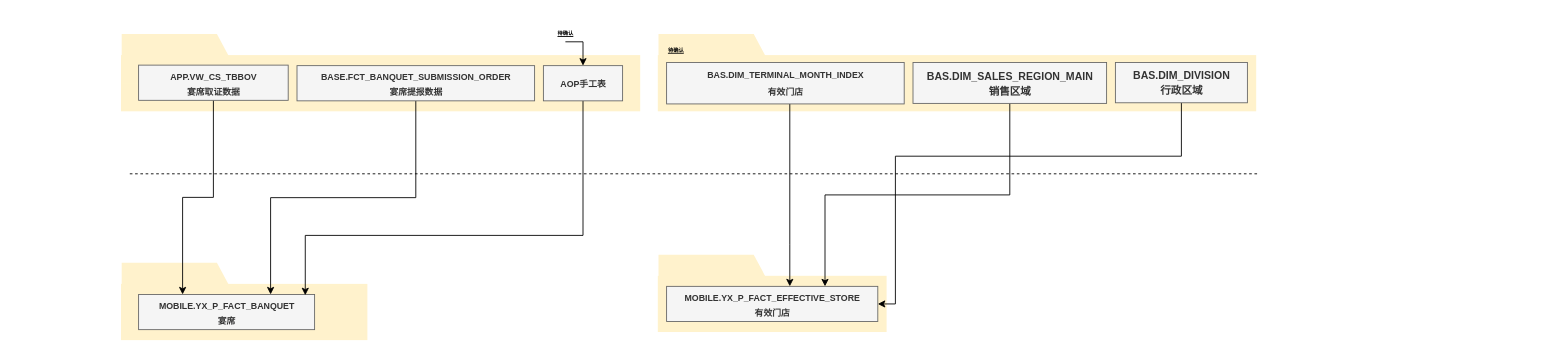
This is YX.drawio from ztacode/drawio, a draw.io file, before an edit. Source tidied: cells renumbered, new cells numbered last; positions are measured from the earlier drawing's top-left corner, leaving out a move shared by most shapes. Both pictures are drawn from the tidied source at 88%, with x=0, y=0 at pixel (121, -3).
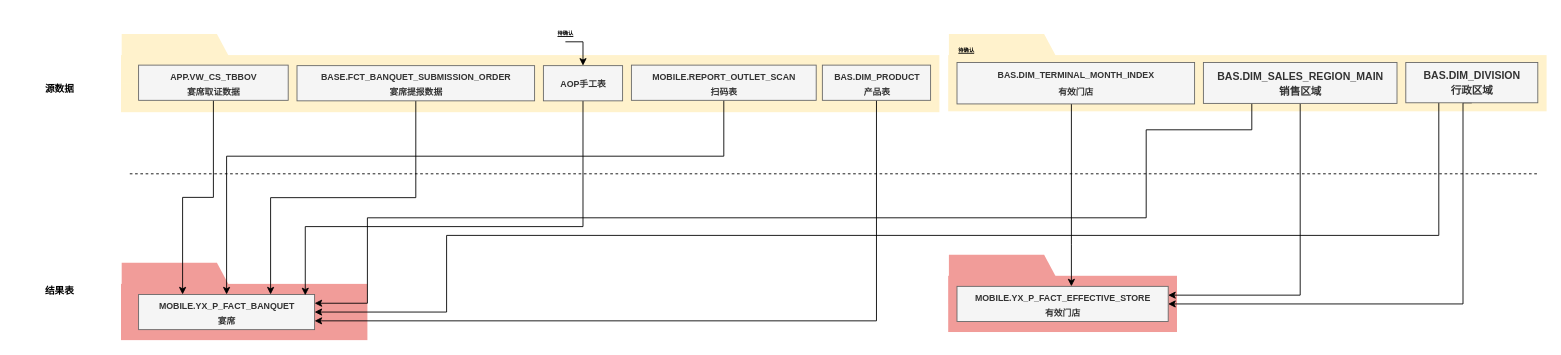
After the change.

Unchanged cells that the change refers to:
```xml
<mxCell id="12" value="&lt;font style=&quot;font-size: 10px;&quot;&gt;MOBILE.YX_P_FACT_BANQUET&lt;br&gt;宴席&lt;/font&gt;" style="text;strokeColor=#666666;fillColor=#f5f5f5;html=1;fontSize=14;fontStyle=1;verticalAlign=middle;align=center;rounded=0;shadow=0;sketch=0;arcSize=12;strokeWidth=1;fontColor=#333333;" parent="1" vertex="1">
  <mxGeometry x="20" y="337.1" width="200" height="40" as="geometry" />
</mxCell>
<mxCell id="24" value="&lt;font style=&quot;font-size: 10px;&quot;&gt;AOP手工表&lt;br&gt;&lt;/font&gt;" style="text;strokeColor=#666666;fillColor=#f5f5f5;html=1;fontSize=14;fontStyle=1;verticalAlign=middle;align=center;rounded=0;shadow=0;sketch=0;arcSize=12;strokeWidth=1;fontColor=#333333;" parent="1" vertex="1">
  <mxGeometry x="480" y="77.1" width="90" height="40" as="geometry" />
</mxCell>
```

Change to the diagram source:
```diff
@@
-    <mxCell id="2" style="shape=ext;double=1;rounded=0;whiteSpace=wrap;html=1;shadow=0;sketch=0;fillColor=#fff2cc;strokeColor=none;" parent="1" vertex="1">
+    <mxCell id="2" style="shape=ext;double=1;rounded=0;whiteSpace=wrap;html=1;shadow=0;sketch=0;fillColor=#F19C99;strokeColor=none;" parent="1" vertex="1">
       <mxGeometry y="325.1" width="280" height="63.9" as="geometry" />
     </mxCell>
-    <mxCell id="3" style="shape=manualInput;whiteSpace=wrap;html=1;rounded=0;shadow=0;sketch=0;rotation=90;fillColor=#fff2cc;strokeColor=none;" parent="1" vertex="1">
+    <mxCell id="3" style="shape=manualInput;whiteSpace=wrap;html=1;rounded=0;shadow=0;sketch=0;rotation=90;fillColor=#F19C99;strokeColor=none;" parent="1" vertex="1">
       <mxGeometry x="41.9" y="260" width="56" height="138.2" as="geometry" />
     </mxCell>
-    <mxCell id="4" style="shape=ext;double=1;rounded=0;whiteSpace=wrap;html=1;shadow=0;sketch=0;fillColor=#fff2cc;strokeColor=none;" parent="1" vertex="1">
-      <mxGeometry x="610" y="315.9" width="260" height="63.9" as="geometry" />
+    <mxCell id="4" style="shape=ext;double=1;rounded=0;whiteSpace=wrap;html=1;shadow=0;sketch=0;fillColor=#F19C99;strokeColor=none;" parent="1" vertex="1">
+      <mxGeometry x="940" y="315.9" width="260" height="63.9" as="geometry" />
     </mxCell>
-    <mxCell id="5" style="shape=manualInput;whiteSpace=wrap;html=1;rounded=0;shadow=0;sketch=0;rotation=90;fillColor=#fff2cc;strokeColor=none;" parent="1" vertex="1">
-      <mxGeometry x="651.9" y="250.8" width="56" height="138.2" as="geometry" />
+    <mxCell id="5" style="shape=manualInput;whiteSpace=wrap;html=1;rounded=0;shadow=0;sketch=0;rotation=90;fillColor=#F19C99;strokeColor=none;" parent="1" vertex="1">
+      <mxGeometry x="981.9" y="250.8" width="56" height="138.2" as="geometry" />
     </mxCell>
     <mxCell id="6" style="shape=ext;double=1;rounded=0;whiteSpace=wrap;html=1;shadow=0;sketch=0;fillColor=#fff2cc;strokeColor=none;" parent="1" vertex="1">
-      <mxGeometry y="65.1" width="590" height="63.9" as="geometry" />
+      <mxGeometry y="65.1" width="930" height="64.9" as="geometry" />
     </mxCell>
@@
     <mxCell id="13" style="shape=ext;double=1;rounded=0;whiteSpace=wrap;html=1;shadow=0;sketch=0;fillColor=#fff2cc;strokeColor=none;" parent="1" vertex="1">
-      <mxGeometry x="610" y="65.1" width="680" height="63.9" as="geometry" />
+      <mxGeometry x="940" y="65.1" width="680" height="63.9" as="geometry" />
     </mxCell>
     <mxCell id="14" style="shape=manualInput;whiteSpace=wrap;html=1;rounded=0;shadow=0;sketch=0;rotation=90;fillColor=#fff2cc;strokeColor=none;" parent="1" vertex="1">
-      <mxGeometry x="651.9" width="56" height="138.2" as="geometry" />
+      <mxGeometry x="981.9" width="56" height="138.2" as="geometry" />
     </mxCell>
     <mxCell id="15" style="edgeStyle=orthogonalEdgeStyle;rounded=0;jettySize=auto;html=1;fontSize=12;" parent="1" edge="1" source="16" target="21">
       <mxGeometry relative="1" as="geometry">
         <Array as="points">
-          <mxPoint x="760" y="280" />
-          <mxPoint x="760" y="280" />
+          <mxPoint x="1080" y="280" />
+          <mxPoint x="1080" y="280" />
         </Array>
       </mxGeometry>
     </mxCell>
     <mxCell id="16" value="&lt;font style=&quot;font-size: 10px;&quot;&gt;&lt;br&gt;&lt;table width=&quot;69&quot; cellspacing=&quot;0&quot; cellpadding=&quot;0&quot; border=&quot;0&quot;&gt;&lt;tbody&gt;&lt;tr style=&quot;height:14.0pt&quot; height=&quot;19&quot;&gt;  &lt;td style=&quot;height:14.0pt;width:52pt&quot; width=&quot;69&quot; height=&quot;19&quot;&gt;BAS.DIM_TERMINAL_MONTH_INDEX&lt;/td&gt;&lt;/tr&gt;&lt;/tbody&gt;&lt;/table&gt;有效门店&lt;br&gt;&lt;br&gt;&lt;/font&gt;" style="text;strokeColor=#666666;fillColor=#f5f5f5;html=1;fontSize=14;fontStyle=1;verticalAlign=middle;align=center;rounded=0;shadow=0;sketch=0;arcSize=12;strokeWidth=1;fontColor=#333333;" parent="1" vertex="1">
-      <mxGeometry x="620" y="73.5" width="270" height="47.1" as="geometry" />
+      <mxGeometry x="950" y="73.5" width="270" height="47.1" as="geometry" />
     </mxCell>
+    <mxCell id="28" style="edgeStyle=orthogonalEdgeStyle;rounded=0;jettySize=auto;html=1;exitX=0.25;exitY=1;exitDx=0;exitDy=0;entryX=1;entryY=0.25;entryDx=0;entryDy=0;fontSize=6;" parent="1" edge="1" source="18" target="12">
+      <mxGeometry relative="1" as="geometry">
+        <Array as="points">
+          <mxPoint x="1285" y="150" />
+          <mxPoint x="1165" y="150" />
+          <mxPoint x="1165" y="250" />
+          <mxPoint x="280" y="250" />
+          <mxPoint x="280" y="347" />
+        </Array>
+      </mxGeometry>
+    </mxCell>
-    <mxCell id="17" style="edgeStyle=orthogonalEdgeStyle;rounded=0;jettySize=auto;html=1;exitX=0.5;exitY=1;exitDx=0;exitDy=0;entryX=0.75;entryY=0;entryDx=0;entryDy=0;fontSize=12;" parent="1" edge="1" source="18" target="21">
+    <mxCell id="17" style="edgeStyle=orthogonalEdgeStyle;rounded=0;jettySize=auto;html=1;exitX=0.5;exitY=1;exitDx=0;exitDy=0;entryX=1;entryY=0.25;entryDx=0;entryDy=0;fontSize=6;" parent="1" edge="1" source="18" target="21">
       <mxGeometry relative="1" as="geometry" />
     </mxCell>
     <mxCell id="18" value="&lt;font style=&quot;&quot;&gt;&lt;font style=&quot;font-size: 12px;&quot;&gt;BAS.DIM_SALES_REGION_MAIN&lt;br&gt;销售区域&lt;/font&gt;&lt;br&gt;&lt;/font&gt;" style="text;strokeColor=#666666;fillColor=#f5f5f5;html=1;fontSize=14;fontStyle=1;verticalAlign=middle;align=center;rounded=0;shadow=0;sketch=0;arcSize=12;strokeWidth=1;fontColor=#333333;" parent="1" vertex="1">
-      <mxGeometry x="900" y="73.5" width="220" height="46.5" as="geometry" />
+      <mxGeometry x="1230" y="73.5" width="220" height="46.5" as="geometry" />
     </mxCell>
     <mxCell id="19" style="edgeStyle=orthogonalEdgeStyle;rounded=0;jettySize=auto;html=1;exitX=0.5;exitY=1;exitDx=0;exitDy=0;entryX=1;entryY=0.5;entryDx=0;entryDy=0;fontSize=12;" parent="1" edge="1" source="20" target="21">
       <mxGeometry relative="1" as="geometry">
         <Array as="points">
-          <mxPoint x="1205" y="180" />
-          <mxPoint x="880" y="180" />
-          <mxPoint x="880" y="348" />
+          <mxPoint x="1525" y="348" />
         </Array>
       </mxGeometry>
     </mxCell>
+    <mxCell id="29" style="edgeStyle=orthogonalEdgeStyle;rounded=0;jettySize=auto;html=1;exitX=0.25;exitY=1;exitDx=0;exitDy=0;entryX=1;entryY=0.5;entryDx=0;entryDy=0;fontSize=6;" parent="1" edge="1" source="20" target="12">
+      <mxGeometry relative="1" as="geometry">
+        <Array as="points">
+          <mxPoint x="1498" y="270" />
+          <mxPoint x="370" y="270" />
+          <mxPoint x="370" y="357" />
+        </Array>
+      </mxGeometry>
+    </mxCell>
     <mxCell id="20" value="&lt;font style=&quot;font-size: 12px;&quot;&gt;BAS.DIM_DIVISION&lt;br&gt;行政区域&lt;br&gt;&lt;/font&gt;" style="text;strokeColor=#666666;fillColor=#f5f5f5;html=1;fontSize=14;fontStyle=1;verticalAlign=middle;align=center;rounded=0;shadow=0;sketch=0;arcSize=12;strokeWidth=1;fontColor=#333333;" parent="1" vertex="1">
-      <mxGeometry x="1130" y="73.5" width="150" height="45.8" as="geometry" />
+      <mxGeometry x="1460" y="73.5" width="150" height="45.8" as="geometry" />
     </mxCell>
     <mxCell id="21" value="&lt;font style=&quot;font-size: 10px;&quot;&gt;MOBILE.YX_P_FACT_EFFECTIVE_STORE&lt;br&gt;有效门店&lt;br&gt;&lt;/font&gt;" style="text;strokeColor=#666666;fillColor=#f5f5f5;html=1;fontSize=14;fontStyle=1;verticalAlign=middle;align=center;rounded=0;shadow=0;sketch=0;arcSize=12;strokeWidth=1;fontColor=#333333;" parent="1" vertex="1">
-      <mxGeometry x="620" y="327.9" width="240" height="40" as="geometry" />
+      <mxGeometry x="950" y="327.9" width="240" height="40" as="geometry" />
     </mxCell>
     <mxCell id="22" value="&lt;font style=&quot;font-size: 6px;&quot;&gt;&lt;u style=&quot;&quot;&gt;待确认&lt;/u&gt;&lt;/font&gt;" style="text;strokeColor=none;fillColor=none;html=1;fontSize=24;fontStyle=1;verticalAlign=middle;align=left;" parent="1" vertex="1">
-      <mxGeometry x="620" y="33.5" width="100" height="40" as="geometry" />
+      <mxGeometry x="950" y="33.5" width="100" height="40" as="geometry" />
     </mxCell>
     <mxCell id="23" style="edgeStyle=orthogonalEdgeStyle;rounded=0;jettySize=auto;html=1;exitX=0.5;exitY=1;exitDx=0;exitDy=0;entryX=0.947;entryY=0.023;entryDx=0;entryDy=0;entryPerimeter=0;fontSize=6;" parent="1" edge="1" source="24" target="12">
       <mxGeometry relative="1" as="geometry">
         <Array as="points">
-          <mxPoint x="525" y="270" />
-          <mxPoint x="209" y="270" />
+          <mxPoint x="525" y="260" />
+          <mxPoint x="209" y="260" />
         </Array>
       </mxGeometry>
     </mxCell>
@@
     <mxCell id="27" style="endArrow=none;dashed=1;html=1;rounded=0;fontSize=6;" parent="1" edge="1">
       <mxGeometry relative="1" as="geometry">
         <mxPoint x="10" y="200" as="sourcePoint" />
-        <mxPoint x="1291.3" y="200" as="targetPoint" />
+        <mxPoint x="1610" y="200" as="targetPoint" />
       </mxGeometry>
     </mxCell>
+    <mxCell id="30" style="edgeStyle=orthogonalEdgeStyle;rounded=0;jettySize=auto;html=1;exitX=0.5;exitY=1;exitDx=0;exitDy=0;entryX=0.5;entryY=0;entryDx=0;entryDy=0;fontSize=6;" parent="1" edge="1" source="31" target="12">
+      <mxGeometry relative="1" as="geometry">
+        <Array as="points">
+          <mxPoint x="685" y="180" />
+          <mxPoint x="120" y="180" />
+        </Array>
+      </mxGeometry>
+    </mxCell>
+    <mxCell id="31" value="&lt;font style=&quot;font-size: 10px;&quot;&gt;MOBILE.REPORT_OUTLET_SCAN&lt;br&gt;扫码表&lt;br&gt;&lt;/font&gt;" style="text;strokeColor=#666666;fillColor=#f5f5f5;html=1;fontSize=14;fontStyle=1;verticalAlign=middle;align=center;rounded=0;shadow=0;sketch=0;arcSize=12;strokeWidth=1;fontColor=#333333;" parent="1" vertex="1">
+      <mxGeometry x="580" y="76.5" width="210" height="40" as="geometry" />
+    </mxCell>
+    <mxCell id="32" style="edgeStyle=orthogonalEdgeStyle;rounded=0;jettySize=auto;html=1;exitX=0.5;exitY=1;exitDx=0;exitDy=0;entryX=1;entryY=0.75;entryDx=0;entryDy=0;fontSize=10;" parent="1" edge="1" source="33" target="12">
+      <mxGeometry relative="1" as="geometry" />
+    </mxCell>
+    <mxCell id="33" value="&lt;font style=&quot;font-size: 10px;&quot;&gt;BAS.DIM_PRODUCT&lt;br&gt;产品表&lt;br&gt;&lt;/font&gt;" style="text;strokeColor=#666666;fillColor=#f5f5f5;html=1;fontSize=14;fontStyle=1;verticalAlign=middle;align=center;rounded=0;shadow=0;sketch=0;arcSize=12;strokeWidth=1;fontColor=#333333;" parent="1" vertex="1">
+      <mxGeometry x="797" y="76.5" width="123" height="40" as="geometry" />
+    </mxCell>
+    <mxCell id="34" value="&lt;font style=&quot;font-size: 11px;&quot;&gt;源数据&lt;/font&gt;" style="text;strokeColor=none;fillColor=none;html=1;fontSize=24;fontStyle=1;verticalAlign=middle;align=center;" parent="1" vertex="1">
+      <mxGeometry x="-120" y="79.4" width="100" height="40" as="geometry" />
+    </mxCell>
+    <mxCell id="35" value="&lt;font style=&quot;font-size: 11px;&quot;&gt;结果表&lt;/font&gt;" style="text;strokeColor=none;fillColor=none;html=1;fontSize=24;fontStyle=1;verticalAlign=middle;align=center;" parent="1" vertex="1">
+      <mxGeometry x="-120" y="309.1" width="100" height="40" as="geometry" />
+    </mxCell>
```
